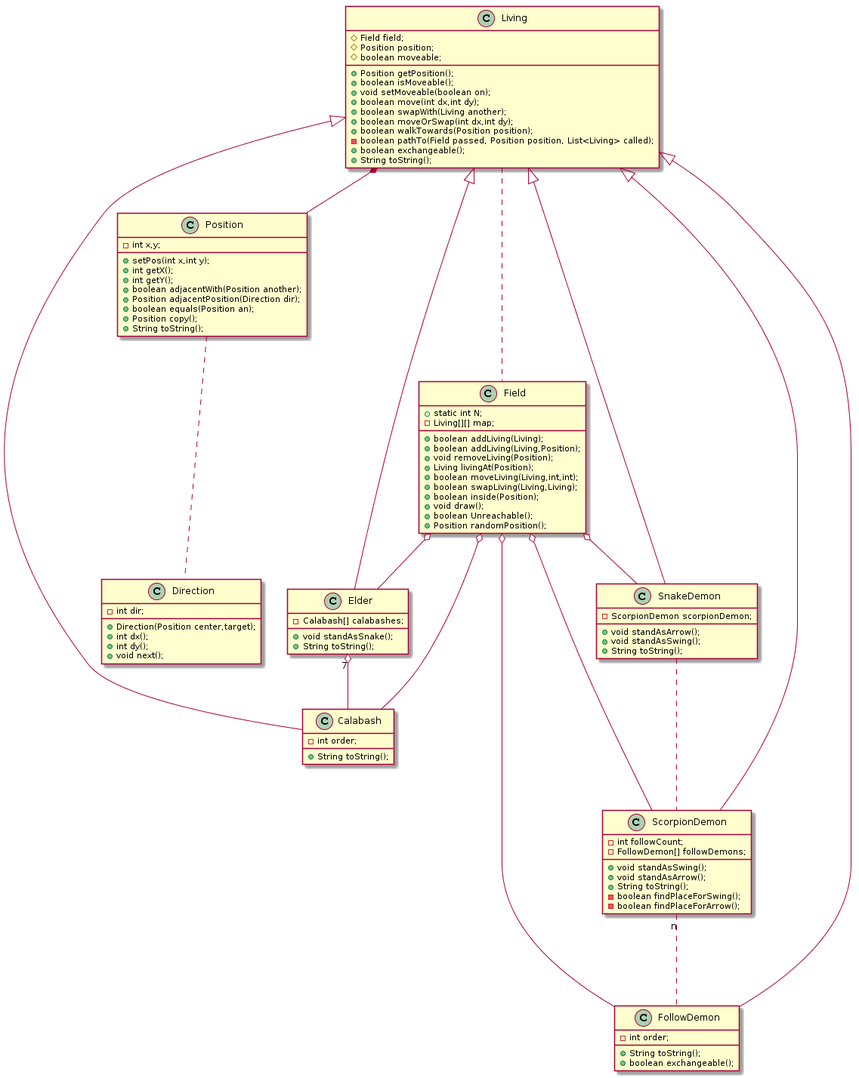
This is 3-OOPAdvanced/马兴越-171870660/uml.png from twiggy1999/java-2019-homeworks, a PlantUML export, as it was before one commit. Its diagram source:
```plantuml
@startuml
class Living{
    #Field field;
    #Position position;
    #boolean moveable;
    +Position getPosition();
    +boolean isMoveable();
    +void setMoveable(boolean on);
    +boolean move(int dx,int dy);
    +boolean swapWith(Living another);
    +boolean moveOrSwap(int dx,int dy);
    +boolean walkTowards(Position position);
    -boolean pathTo(Field passed, Position position, List<Living> called);
    +boolean exchangeable();
    +String toString();
}

Living ... Field
Living *-- Position

class Calabash{
    -int order;
    +String toString();
}

Living <|-- Calabash
Field o-- Calabash

class Elder{
    -Calabash[] calabashes;
    +void standAsSnake();
    +String toString();
}

Living <|-- Elder
Elder "7" o-- Calabash
Field o-- Elder

class FollowDemon{
    -int order;
    +String toString();
    +boolean exchangeable();
}

Living <|-- FollowDemon
Field o-- FollowDemon

class ScorpionDemon{
    -int followCount;
    -FollowDemon[] followDemons;
    +void standAsSwing();
    +void standAsArrow();
    +String toString();
    -boolean findPlaceForSwing();
    -boolean findPlaceForArrow();
}

Living <|-- ScorpionDemon
ScorpionDemon "n" ... FollowDemon
Field o-- ScorpionDemon

class SnakeDemon{
    -ScorpionDemon scorpionDemon;
    +void standAsArrow();
    +void standAsSwing();
    +String toString();
}

Living <|-- SnakeDemon
SnakeDemon ... ScorpionDemon
Field o-- SnakeDemon

class Position{
    -int x,y;
    +setPos(int x,int y);
    +int getX();
    +int getY();
    +boolean adjacentWith(Position another);
    +Position adjacentPosition(Direction dir);
    +boolean equals(Position an);
    +Position copy();
    +String toString();
}

class Direction{
    -int dir;
    +Direction(Position center,target);
    +int dx();
    +int dy();
    +void next();
}

Position ... Direction

class Field{
    +static int N;
    -Living[][] map;
    +boolean addLiving(Living);
    +boolean addLiving(Living,Position);
    +void removeLiving(Position);
    +Living livingAt(Position);
    +boolean moveLiving(Living,int,int);
    +boolean swapLiving(Living,Living);
    +boolean inside(Position);
    +void draw();
    +boolean Unreachable();
    +Position randomPosition();
}
@enduml
```
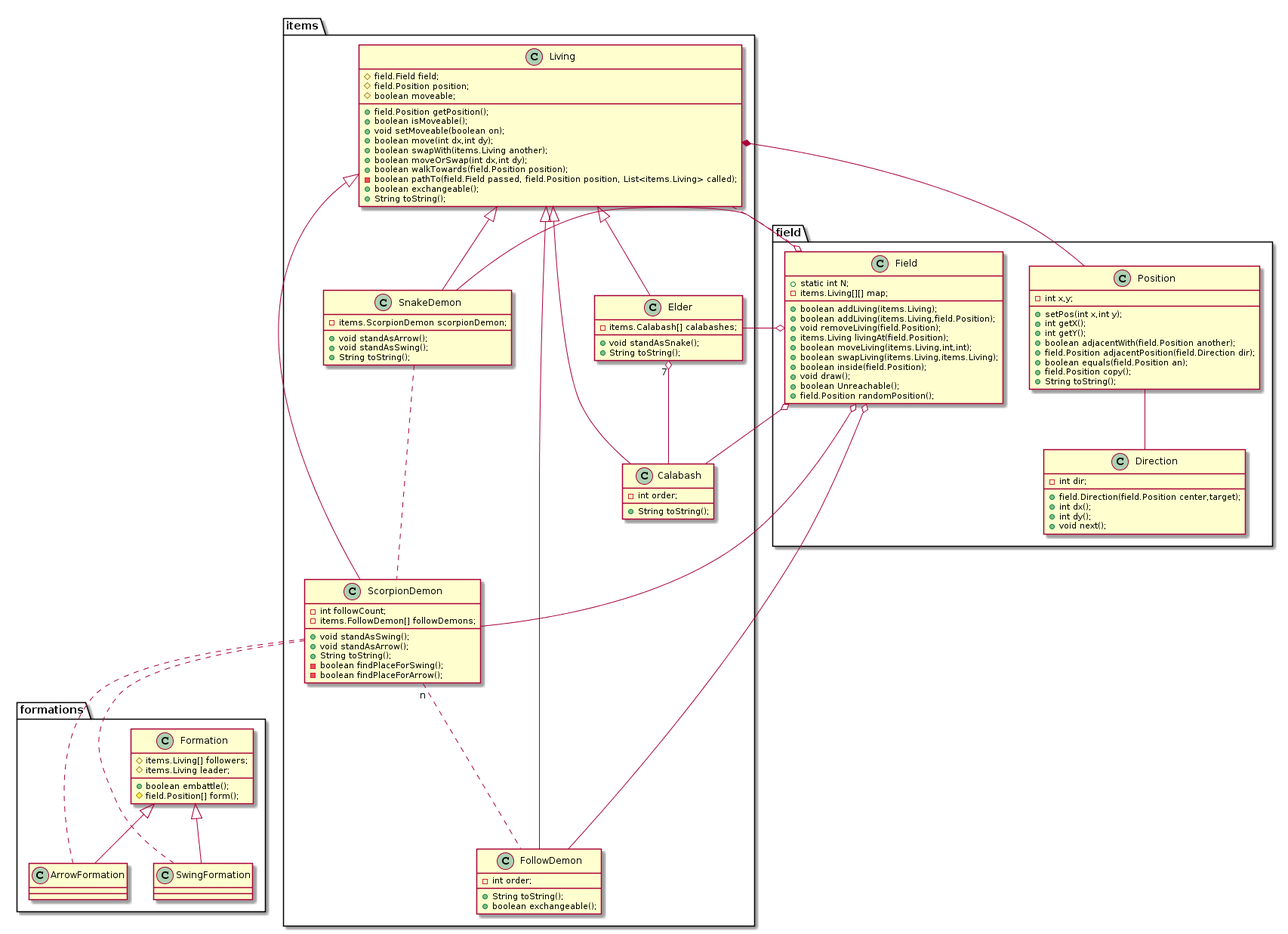
Later version of the same file.

Change to the diagram source:
```diff
@@ -1,53 +1,53 @@
 @startuml
-class Living{
-    #Field field;
-    #Position position;
+class items.Living{
+    #field.Field field;
+    #field.Position position;
     #boolean moveable;
-    +Position getPosition();
+    +field.Position getPosition();
     +boolean isMoveable();
     +void setMoveable(boolean on);
     +boolean move(int dx,int dy);
-    +boolean swapWith(Living another);
+    +boolean swapWith(items.Living another);
     +boolean moveOrSwap(int dx,int dy);
-    +boolean walkTowards(Position position);
-    -boolean pathTo(Field passed, Position position, List<Living> called);
+    +boolean walkTowards(field.Position position);
+    -boolean pathTo(field.Field passed, field.Position position, List<items.Living> called);
     +boolean exchangeable();
     +String toString();
 }
 
-Living ... Field
-Living *-- Position
+items.Living ... field.Field
+items.Living *-- field.Position
 
-class Calabash{
+class items.Calabash{
     -int order;
     +String toString();
 }
 
-Living <|-- Calabash
-Field o-- Calabash
+items.Living <|-- items.Calabash
+field.Field o-- items.Calabash
 
-class Elder{
-    -Calabash[] calabashes;
+class items.Elder{
+    -items.Calabash[] calabashes;
     +void standAsSnake();
     +String toString();
 }
 
-Living <|-- Elder
-Elder "7" o-- Calabash
-Field o-- Elder
+items.Living <|-- items.Elder
+items.Elder "7" o-- items.Calabash
+field.Field o-- items.Elder
 
-class FollowDemon{
+class items.FollowDemon{
     -int order;
     +String toString();
     +boolean exchangeable();
 }
 
-Living <|-- FollowDemon
-Field o-- FollowDemon
+items.Living <|-- items.FollowDemon
+field.Field o-- items.FollowDemon
 
-class ScorpionDemon{
+class items.ScorpionDemon{
     -int followCount;
-    -FollowDemon[] followDemons;
+    -items.FollowDemon[] followDemons;
     +void standAsSwing();
     +void standAsArrow();
     +String toString();
@@ -55,55 +55,76 @@
     -boolean findPlaceForArrow();
 }
 
-Living <|-- ScorpionDemon
-ScorpionDemon "n" ... FollowDemon
-Field o-- ScorpionDemon
+items.Living <|-- items.ScorpionDemon
+items.ScorpionDemon "n" ... items.FollowDemon
+field.Field o-- items.ScorpionDemon
 
-class SnakeDemon{
-    -ScorpionDemon scorpionDemon;
+class items.SnakeDemon{
+    -items.ScorpionDemon scorpionDemon;
     +void standAsArrow();
     +void standAsSwing();
     +String toString();
 }
 
-Living <|-- SnakeDemon
-SnakeDemon ... ScorpionDemon
-Field o-- SnakeDemon
+items.Living <|-- items.SnakeDemon
+items.SnakeDemon ... items.ScorpionDemon
+field.Field o-- items.SnakeDemon
 
-class Position{
+class field.Position{
     -int x,y;
     +setPos(int x,int y);
     +int getX();
     +int getY();
-    +boolean adjacentWith(Position another);
-    +Position adjacentPosition(Direction dir);
-    +boolean equals(Position an);
-    +Position copy();
+    +boolean adjacentWith(field.Position another);
+    +field.Position adjacentPosition(field.Direction dir);
+    +boolean equals(field.Position an);
+    +field.Position copy();
     +String toString();
 }
 
-class Direction{
+class field.Direction{
     -int dir;
-    +Direction(Position center,target);
+    +field.Direction(field.Position center,target);
     +int dx();
     +int dy();
     +void next();
 }
 
-Position ... Direction
+field.Position -- field.Direction
 
-class Field{
+class field.Field{
     +static int N;
-    -Living[][] map;
-    +boolean addLiving(Living);
-    +boolean addLiving(Living,Position);
-    +void removeLiving(Position);
-    +Living livingAt(Position);
-    +boolean moveLiving(Living,int,int);
-    +boolean swapLiving(Living,Living);
-    +boolean inside(Position);
+    -items.Living[][] map;
+    +boolean addLiving(items.Living);
+    +boolean addLiving(items.Living,field.Position);
+    +void removeLiving(field.Position);
+    +items.Living livingAt(field.Position);
+    +boolean moveLiving(items.Living,int,int);
+    +boolean swapLiving(items.Living,items.Living);
+    +boolean inside(field.Position);
     +void draw();
     +boolean Unreachable();
-    +Position randomPosition();
+    +field.Position randomPosition();
 }
+
+class formations.Formation{
+    #items.Living[] followers;
+    #items.Living leader;
+    +boolean embattle();
+    #field.Position[] form();
+}
+
+class formations.SwingFormation{
+}
+
+formations.Formation <|-- formations.SwingFormation
+
+class formations.ArrowFormation{
+
+}
+
+formations.Formation <|-- formations.ArrowFormation
+
+items.ScorpionDemon ... formations.SwingFormation
+items.ScorpionDemon ... formations.ArrowFormation
 @enduml
```
